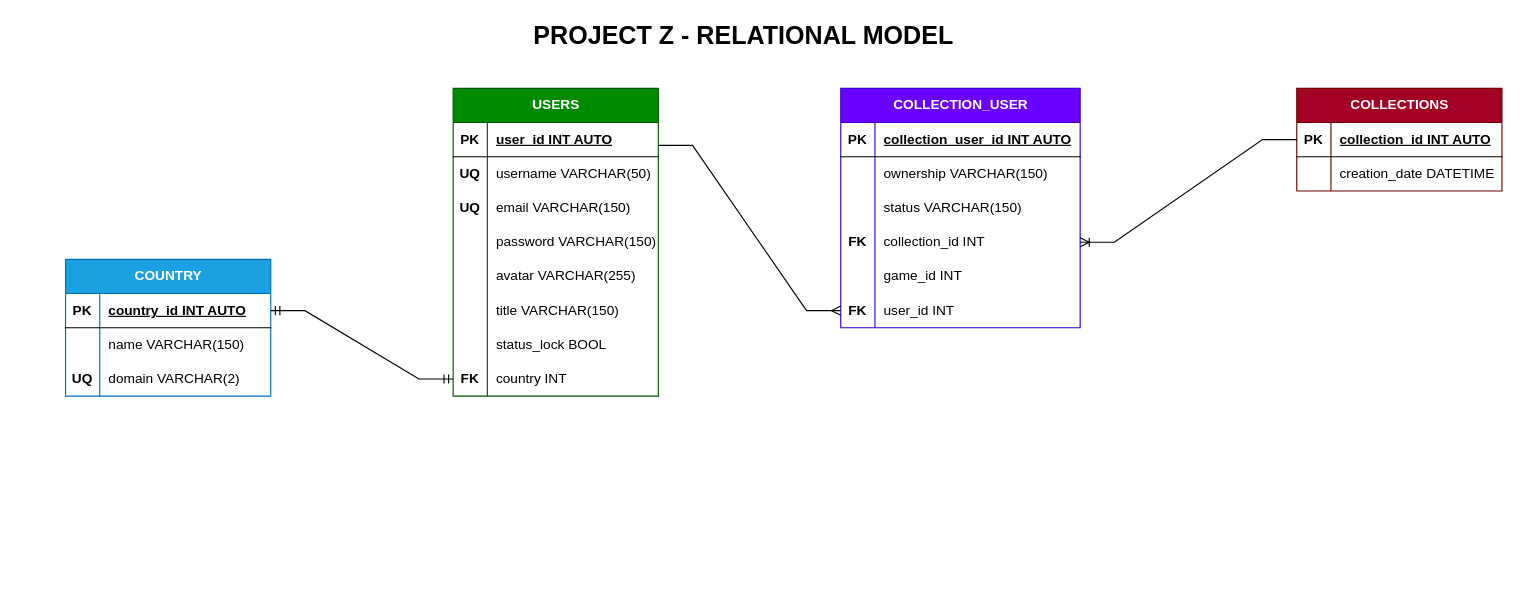
Above: design-files/relational-model.drawio in hugodanielcabral/gamenest (draw.io), before the change. Source tidied: cells renumbered, new cells numbered last; positions are measured from the earlier drawing's top-left corner, leaving out a move shared by most shapes. Both pictures are drawn from the tidied source at 114%, with x=0, y=0 at pixel (65, 19).
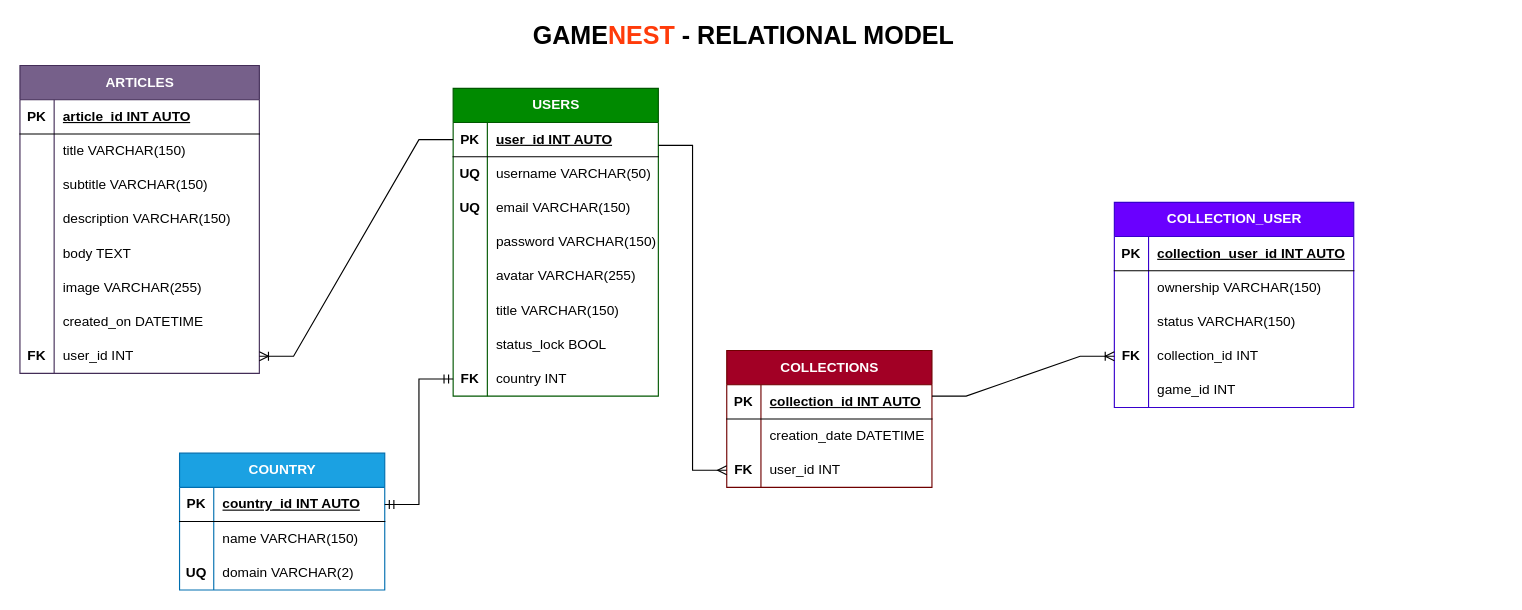
Above is the later version.

The change refers to these unchanged cells:
```xml
<mxCell id="3" style="shape=tableRow;horizontal=0;startSize=0;swimlaneHead=0;swimlaneBody=0;fillColor=none;points=[[0,0.5],[1,0.5]];portConstraint=eastwest;top=0;left=0;right=0;bottom=1;" parent="2" vertex="1">
  <mxGeometry y="30" width="180" height="30" as="geometry" />
</mxCell>
<mxCell id="38" style="shape=tableRow;horizontal=0;startSize=0;swimlaneHead=0;swimlaneBody=0;fillColor=none;points=[[0,0.5],[1,0.5]];portConstraint=eastwest;top=0;left=0;right=0;bottom=1;" parent="37" vertex="1">
  <mxGeometry y="30" width="180" height="30" as="geometry" />
</mxCell>
<mxCell id="54" style="shape=tableRow;horizontal=0;startSize=0;swimlaneHead=0;swimlaneBody=0;fillColor=none;points=[[0,0.5],[1,0.5]];portConstraint=eastwest;top=0;left=0;right=0;bottom=0;" parent="44" vertex="1">
  <mxGeometry y="120" width="210" height="30" as="geometry" />
</mxCell>
```

The edit, as a diff of the source:
```diff
@@
     <mxCell id="27" value="&lt;font style=&quot;--darkreader-inline-color: #e8e6e3;&quot; color=&quot;#ffffff&quot;&gt;COUNTRY&lt;/font&gt;" style="shape=table;startSize=30;childLayout=tableLayout;rowLines=0;fontStyle=1;align=center;html=1;fillColor=#1ba1e2;fontColor=#ffffff;strokeColor=#006EAF;" parent="1" vertex="1">
-      <mxGeometry y="210" width="180" height="120" as="geometry" />
+      <mxGeometry x="100" y="380" width="180" height="120" as="geometry" />
     </mxCell>
@@
     <mxCell id="37" value="COLLECTIONS" style="shape=table;startSize=30;childLayout=tableLayout;rowLines=0;fontStyle=1;align=center;html=1;fillColor=#a20025;fontColor=#ffffff;strokeColor=#6F0000;" parent="1" vertex="1">
-      <mxGeometry x="1080" y="60" width="180" height="90" as="geometry" />
+      <mxGeometry x="580" y="290" width="180" height="120" as="geometry" />
     </mxCell>
@@
+    <mxCell id="67" style="shape=tableRow;horizontal=0;startSize=0;swimlaneHead=0;swimlaneBody=0;fillColor=none;points=[[0,0.5],[1,0.5]];portConstraint=eastwest;top=0;left=0;right=0;bottom=0;" parent="37" vertex="1">
+      <mxGeometry y="90" width="180" height="30" as="geometry" />
+    </mxCell>
+    <mxCell id="68" value="&lt;b&gt;FK&lt;/b&gt;" style="shape=partialRectangle;fillColor=none;top=0;left=0;bottom=0;right=0;overflow=hidden;whiteSpace=wrap;html=1;" parent="67" vertex="1">
+      <mxGeometry width="30" height="30" as="geometry" />
+    </mxCell>
+    <mxCell id="69" value="user_id INT" style="shape=partialRectangle;fillColor=none;top=0;left=0;bottom=0;right=0;align=left;spacingLeft=6;overflow=hidden;whiteSpace=wrap;html=1;" parent="67" vertex="1">
+      <mxGeometry x="30" width="150" height="30" as="geometry" />
+    </mxCell>
     <mxCell id="44" value="COLLECTION_USER" style="shape=table;startSize=30;childLayout=tableLayout;rowLines=0;fontStyle=1;align=center;html=1;fillColor=#6a00ff;fontColor=#ffffff;strokeColor=#3700CC;" parent="1" vertex="1">
-      <mxGeometry x="680" y="60" width="210" height="210" as="geometry" />
+      <mxGeometry x="920" y="160" width="210" height="180" as="geometry" />
     </mxCell>
@@
-    <mxCell id="60" style="shape=tableRow;horizontal=0;startSize=0;swimlaneHead=0;swimlaneBody=0;fillColor=none;points=[[0,0.5],[1,0.5]];portConstraint=eastwest;top=0;left=0;right=0;bottom=0;" parent="44" vertex="1">
-      <mxGeometry y="180" width="210" height="30" as="geometry" />
-    </mxCell>
-    <mxCell id="61" value="&lt;b&gt;FK&lt;/b&gt;" style="shape=partialRectangle;fillColor=none;top=0;left=0;bottom=0;right=0;overflow=hidden;whiteSpace=wrap;html=1;" parent="60" vertex="1">
-      <mxGeometry width="30" height="30" as="geometry" />
-    </mxCell>
-    <mxCell id="62" value="user_id INT" style="shape=partialRectangle;fillColor=none;top=0;left=0;bottom=0;right=0;align=left;spacingLeft=6;overflow=hidden;whiteSpace=wrap;html=1;" parent="60" vertex="1">
-      <mxGeometry x="30" width="180" height="30" as="geometry" />
-    </mxCell>
@@
-    <mxCell id="64" style="edgeStyle=entityRelationEdgeStyle;fontSize=12;html=1;endArrow=none;rounded=0;startArrow=ERoneToMany;startFill=0;exitX=1;exitY=0.5;exitDx=0;exitDy=0;entryX=0;entryY=0.5;entryDx=0;entryDy=0;endFill=0;" parent="1" edge="1" source="54" target="38">
-      <mxGeometry relative="1" as="geometry" />
-    </mxCell>
-    <mxCell id="65" style="edgeStyle=entityRelationEdgeStyle;fontSize=12;html=1;endArrow=ERmany;rounded=0;entryX=0;entryY=0.5;entryDx=0;entryDy=0;" parent="1" edge="1" target="60">
+    <mxCell id="65" style="edgeStyle=entityRelationEdgeStyle;fontSize=12;html=1;endArrow=ERmany;rounded=0;entryX=0;entryY=0.5;entryDx=0;entryDy=0;" parent="1" edge="1" target="67">
       <mxGeometry relative="1" as="geometry">
         <mxPoint x="520" y="110" as="sourcePoint" />
       </mxGeometry>
     </mxCell>
-    <mxCell id="66" value="&lt;font style=&quot;font-size: 22px;&quot;&gt;&lt;b&gt;PROJECT Z - RELATIONAL MODEL&lt;/b&gt;&lt;/font&gt;" style="text;html=1;strokeColor=none;fillColor=none;align=center;verticalAlign=middle;whiteSpace=wrap;rounded=0;" parent="1" vertex="1">
+    <mxCell id="66" value="&lt;font style=&quot;font-size: 22px;&quot;&gt;&lt;b&gt;GAME&lt;font color=&quot;#ff3b0a&quot;&gt;NEST&lt;/font&gt; - RELATIONAL MODEL&lt;/b&gt;&lt;/font&gt;" style="text;html=1;strokeColor=none;fillColor=none;align=center;verticalAlign=middle;whiteSpace=wrap;rounded=0;" parent="1" vertex="1">
       <mxGeometry x="330" width="530" height="30" as="geometry" />
     </mxCell>
+    <mxCell id="70" style="edgeStyle=entityRelationEdgeStyle;fontSize=12;html=1;endArrow=ERoneToMany;rounded=0;entryX=0;entryY=0.5;entryDx=0;entryDy=0;" parent="1" edge="1" target="54">
+      <mxGeometry relative="1" as="geometry">
+        <mxPoint x="760" y="330" as="sourcePoint" />
+      </mxGeometry>
+    </mxCell>
+    <mxCell id="71" value="ARTICLES" style="shape=table;startSize=30;childLayout=tableLayout;rowLines=0;fontStyle=1;align=center;html=1;fillColor=#76608a;fontColor=#ffffff;strokeColor=#432D57;" parent="1" vertex="1">
+      <mxGeometry x="-40" y="40" width="210" height="270" as="geometry" />
+    </mxCell>
+    <mxCell id="72" style="shape=tableRow;horizontal=0;startSize=0;swimlaneHead=0;swimlaneBody=0;fillColor=none;top=0;left=0;right=0;bottom=1;" parent="71" vertex="1">
+      <mxGeometry y="30" width="210" height="30" as="geometry" />
+    </mxCell>
+    <mxCell id="73" value="PK" style="shape=partialRectangle;fillColor=none;top=0;left=0;bottom=0;right=0;fontStyle=1;overflow=hidden;whiteSpace=wrap;html=1;" parent="72" vertex="1">
+      <mxGeometry width="30" height="30" as="geometry" />
+    </mxCell>
+    <mxCell id="74" value="article_id INT AUTO" style="shape=partialRectangle;fillColor=none;top=0;left=0;bottom=0;right=0;align=left;spacingLeft=6;fontStyle=5;overflow=hidden;whiteSpace=wrap;html=1;" parent="72" vertex="1">
+      <mxGeometry x="30" width="180" height="30" as="geometry" />
+    </mxCell>
+    <mxCell id="75" style="shape=tableRow;horizontal=0;startSize=0;swimlaneHead=0;swimlaneBody=0;fillColor=none;top=0;left=0;right=0;bottom=0;" parent="71" vertex="1">
+      <mxGeometry y="60" width="210" height="30" as="geometry" />
+    </mxCell>
+    <mxCell id="76" style="shape=partialRectangle;fillColor=none;top=0;left=0;bottom=0;right=0;overflow=hidden;whiteSpace=wrap;html=1;" parent="75" vertex="1">
+      <mxGeometry width="30" height="30" as="geometry" />
+    </mxCell>
+    <mxCell id="77" value="title VARCHAR(150)" style="shape=partialRectangle;fillColor=none;top=0;left=0;bottom=0;right=0;align=left;spacingLeft=6;overflow=hidden;whiteSpace=wrap;html=1;" parent="75" vertex="1">
+      <mxGeometry x="30" width="180" height="30" as="geometry" />
+    </mxCell>
+    <mxCell id="78" style="shape=tableRow;horizontal=0;startSize=0;swimlaneHead=0;swimlaneBody=0;fillColor=none;top=0;left=0;right=0;bottom=0;" parent="71" vertex="1">
+      <mxGeometry y="90" width="210" height="30" as="geometry" />
+    </mxCell>
+    <mxCell id="79" style="shape=partialRectangle;fillColor=none;top=0;left=0;bottom=0;right=0;overflow=hidden;whiteSpace=wrap;html=1;" parent="78" vertex="1">
+      <mxGeometry width="30" height="30" as="geometry" />
+    </mxCell>
+    <mxCell id="80" value="subtitle VARCHAR(150)" style="shape=partialRectangle;fillColor=none;top=0;left=0;bottom=0;right=0;align=left;spacingLeft=6;overflow=hidden;whiteSpace=wrap;html=1;" parent="78" vertex="1">
+      <mxGeometry x="30" width="180" height="30" as="geometry" />
+    </mxCell>
+    <mxCell id="81" style="shape=tableRow;horizontal=0;startSize=0;swimlaneHead=0;swimlaneBody=0;fillColor=none;top=0;left=0;right=0;bottom=0;" parent="71" vertex="1">
+      <mxGeometry y="120" width="210" height="30" as="geometry" />
+    </mxCell>
+    <mxCell id="82" style="shape=partialRectangle;fillColor=none;top=0;left=0;bottom=0;right=0;overflow=hidden;whiteSpace=wrap;html=1;" parent="81" vertex="1">
+      <mxGeometry width="30" height="30" as="geometry" />
+    </mxCell>
+    <mxCell id="83" value="description VARCHAR(150)" style="shape=partialRectangle;fillColor=none;top=0;left=0;bottom=0;right=0;align=left;spacingLeft=6;overflow=hidden;whiteSpace=wrap;html=1;" parent="81" vertex="1">
+      <mxGeometry x="30" width="180" height="30" as="geometry" />
+    </mxCell>
+    <mxCell id="84" style="shape=tableRow;horizontal=0;startSize=0;swimlaneHead=0;swimlaneBody=0;fillColor=none;top=0;left=0;right=0;bottom=0;" parent="71" vertex="1">
+      <mxGeometry y="150" width="210" height="30" as="geometry" />
+    </mxCell>
+    <mxCell id="85" style="shape=partialRectangle;fillColor=none;top=0;left=0;bottom=0;right=0;overflow=hidden;whiteSpace=wrap;html=1;" parent="84" vertex="1">
+      <mxGeometry width="30" height="30" as="geometry" />
+    </mxCell>
+    <mxCell id="86" value="body TEXT" style="shape=partialRectangle;fillColor=none;top=0;left=0;bottom=0;right=0;align=left;spacingLeft=6;overflow=hidden;whiteSpace=wrap;html=1;" parent="84" vertex="1">
+      <mxGeometry x="30" width="180" height="30" as="geometry" />
+    </mxCell>
+    <mxCell id="60" style="shape=tableRow;horizontal=0;startSize=0;swimlaneHead=0;swimlaneBody=0;fillColor=none;points=[[0,0.5],[1,0.5]];portConstraint=eastwest;top=0;left=0;right=0;bottom=0;" parent="71" vertex="1">
+      <mxGeometry y="180" width="210" height="30" as="geometry" />
+    </mxCell>
+    <mxCell id="87" style="shape=partialRectangle;fillColor=none;top=0;left=0;bottom=0;right=0;overflow=hidden;whiteSpace=wrap;html=1;" parent="60" vertex="1">
+      <mxGeometry width="30" height="30" as="geometry" />
+    </mxCell>
+    <mxCell id="88" value="image VARCHAR(255)" style="shape=partialRectangle;fillColor=none;top=0;left=0;bottom=0;right=0;align=left;spacingLeft=6;overflow=hidden;whiteSpace=wrap;html=1;" parent="60" vertex="1">
+      <mxGeometry x="30" width="180" height="30" as="geometry" />
+    </mxCell>
+    <mxCell id="89" style="shape=tableRow;horizontal=0;startSize=0;swimlaneHead=0;swimlaneBody=0;fillColor=none;top=0;left=0;right=0;bottom=0;" parent="71" vertex="1">
+      <mxGeometry y="210" width="210" height="30" as="geometry" />
+    </mxCell>
+    <mxCell id="90" style="shape=partialRectangle;fillColor=none;top=0;left=0;bottom=0;right=0;overflow=hidden;whiteSpace=wrap;html=1;" parent="89" vertex="1">
+      <mxGeometry width="30" height="30" as="geometry" />
+    </mxCell>
+    <mxCell id="91" value="created_on DATETIME" style="shape=partialRectangle;fillColor=none;top=0;left=0;bottom=0;right=0;align=left;spacingLeft=6;overflow=hidden;whiteSpace=wrap;html=1;" parent="89" vertex="1">
+      <mxGeometry x="30" width="180" height="30" as="geometry" />
+    </mxCell>
+    <mxCell id="92" style="shape=tableRow;horizontal=0;startSize=0;swimlaneHead=0;swimlaneBody=0;fillColor=none;points=[[0,0.5],[1,0.5]];portConstraint=eastwest;top=0;left=0;right=0;bottom=0;" parent="71" vertex="1">
+      <mxGeometry y="240" width="210" height="30" as="geometry" />
+    </mxCell>
+    <mxCell id="93" value="&lt;b&gt;FK&lt;/b&gt;" style="shape=partialRectangle;fillColor=none;top=0;left=0;bottom=0;right=0;overflow=hidden;whiteSpace=wrap;html=1;" parent="92" vertex="1">
+      <mxGeometry width="30" height="30" as="geometry" />
+    </mxCell>
+    <mxCell id="62" value="user_id INT" style="shape=partialRectangle;fillColor=none;top=0;left=0;bottom=0;right=0;align=left;spacingLeft=6;overflow=hidden;whiteSpace=wrap;html=1;" parent="92" vertex="1">
+      <mxGeometry x="30" width="180" height="30" as="geometry" />
+    </mxCell>
+    <mxCell id="94" style="edgeStyle=entityRelationEdgeStyle;fontSize=12;html=1;endArrow=none;rounded=0;startArrow=ERoneToMany;startFill=0;endFill=0;entryX=0;entryY=0.5;entryDx=0;entryDy=0;exitX=1;exitY=0.5;exitDx=0;exitDy=0;" parent="1" edge="1" source="92" target="3">
+      <mxGeometry relative="1" as="geometry" />
+    </mxCell>
```
